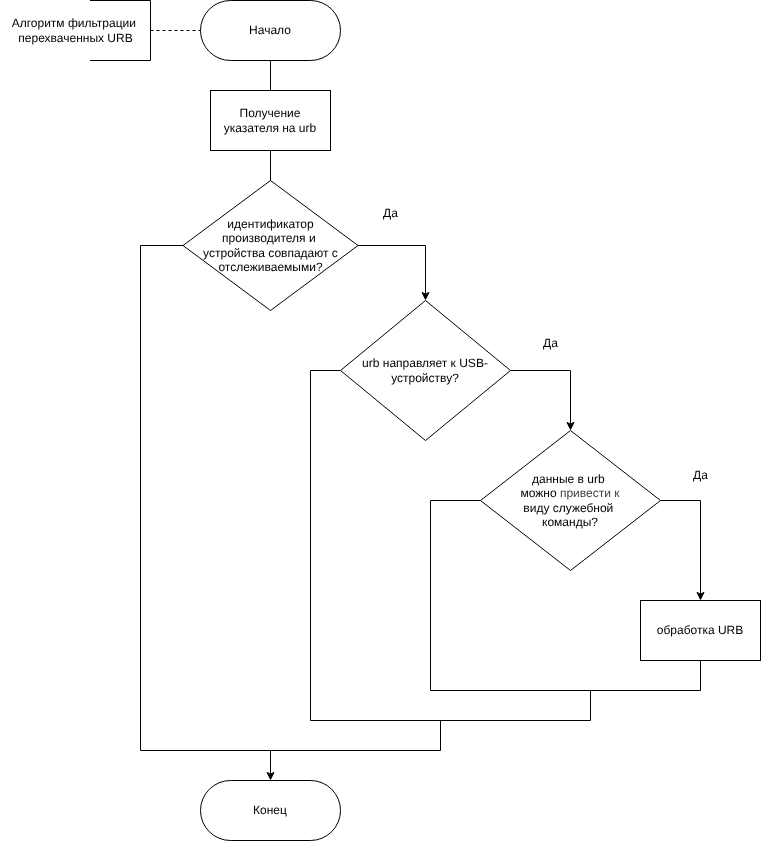
Earlier version of the draw.io export report/inc/img/filterurb.drawio.png (pitsmit/OS-Course-Project). Source tidied: cells renumbered, new cells last; positions are measured from the earlier drawing's top-left corner, leaving out a move shared by most shapes. Source of this version:
```xml
<mxGraphModel>
  <root>
    <mxCell id="0" />
    <mxCell id="1" parent="0" />
    <mxCell id="2" style="edgeStyle=none;html=1;entryX=0.5;entryY=0;entryDx=0;entryDy=0;endArrow=none;endFill=0;" parent="1" edge="1" source="3" target="5">
      <mxGeometry relative="1" as="geometry" />
    </mxCell>
    <mxCell id="3" value="Начало" style="rounded=1;whiteSpace=wrap;html=1;arcSize=50;" parent="1" vertex="1">
      <mxGeometry x="200" width="140" height="60" as="geometry" />
    </mxCell>
    <mxCell id="4" style="edgeStyle=none;html=1;entryX=0.5;entryY=0;entryDx=0;entryDy=0;endArrow=none;endFill=0;" parent="1" edge="1" source="5" target="10">
      <mxGeometry relative="1" as="geometry" />
    </mxCell>
    <mxCell id="5" value="Получение указателя на urb" style="rounded=0;whiteSpace=wrap;html=1;" parent="1" vertex="1">
      <mxGeometry x="210" y="90" width="120" height="60" as="geometry" />
    </mxCell>
    <mxCell id="6" style="edgeStyle=none;html=1;entryX=0;entryY=0.5;entryDx=0;entryDy=0;endArrow=none;endFill=0;rounded=0;curved=0;" parent="1" edge="1" source="7" target="15">
      <mxGeometry relative="1" as="geometry">
        <Array as="points">
          <mxPoint x="700" y="690" />
          <mxPoint x="430" y="690" />
          <mxPoint x="430" y="500" />
        </Array>
      </mxGeometry>
    </mxCell>
    <mxCell id="7" value="обработка URB" style="rounded=0;whiteSpace=wrap;html=1;" parent="1" vertex="1">
      <mxGeometry x="640" y="600" width="120" height="60" as="geometry" />
    </mxCell>
    <mxCell id="8" style="edgeStyle=none;html=1;exitX=1;exitY=0.5;exitDx=0;exitDy=0;entryX=0.5;entryY=0;entryDx=0;entryDy=0;rounded=0;curved=0;" parent="1" edge="1" source="10" target="13">
      <mxGeometry relative="1" as="geometry">
        <Array as="points">
          <mxPoint x="425" y="245" />
        </Array>
      </mxGeometry>
    </mxCell>
    <mxCell id="9" style="edgeStyle=none;html=1;endArrow=none;endFill=0;rounded=0;curved=0;exitX=0;exitY=0.5;exitDx=0;exitDy=0;" parent="1" edge="1" source="10">
      <mxGeometry relative="1" as="geometry">
        <mxPoint x="440" y="720" as="targetPoint" />
        <Array as="points">
          <mxPoint x="140" y="245" />
          <mxPoint x="140" y="750" />
          <mxPoint x="440" y="750" />
        </Array>
      </mxGeometry>
    </mxCell>
    <mxCell id="10" value="идентификатор производителя и&amp;nbsp;&lt;div&gt;устройства совпадают с отслеживаемыми?&lt;/div&gt;" style="rhombus;whiteSpace=wrap;html=1;" parent="1" vertex="1">
      <mxGeometry x="182.5" y="180" width="175" height="130" as="geometry" />
    </mxCell>
    <mxCell id="11" style="edgeStyle=none;html=1;entryX=0.5;entryY=0;entryDx=0;entryDy=0;rounded=0;curved=0;" parent="1" edge="1" source="13" target="15">
      <mxGeometry relative="1" as="geometry">
        <Array as="points">
          <mxPoint x="570" y="370" />
        </Array>
      </mxGeometry>
    </mxCell>
    <mxCell id="12" style="edgeStyle=none;html=1;endArrow=none;endFill=0;rounded=0;curved=0;" parent="1" edge="1" source="13">
      <mxGeometry relative="1" as="geometry">
        <mxPoint x="590" y="690" as="targetPoint" />
        <Array as="points">
          <mxPoint x="310" y="370" />
          <mxPoint x="310" y="720" />
          <mxPoint x="590" y="720" />
        </Array>
      </mxGeometry>
    </mxCell>
    <mxCell id="13" value="urb направляет к USB-устройству?" style="rhombus;whiteSpace=wrap;html=1;" parent="1" vertex="1">
      <mxGeometry x="340" y="300" width="170" height="140" as="geometry" />
    </mxCell>
    <mxCell id="14" style="edgeStyle=none;html=1;exitX=1;exitY=0.5;exitDx=0;exitDy=0;entryX=0.5;entryY=0;entryDx=0;entryDy=0;rounded=0;curved=0;" parent="1" edge="1" source="15" target="7">
      <mxGeometry relative="1" as="geometry">
        <Array as="points">
          <mxPoint x="700" y="500" />
        </Array>
      </mxGeometry>
    </mxCell>
    <mxCell id="15" value="данные в urb&amp;nbsp;&lt;div&gt;можно&amp;nbsp;&lt;span style=&quot;color: rgb(63, 63, 63); background-color: transparent;&quot;&gt;привести к&lt;/span&gt;&lt;div&gt;&lt;div&gt;виду служебной&amp;nbsp;&lt;/div&gt;&lt;div&gt;команды?&lt;/div&gt;&lt;/div&gt;&lt;/div&gt;" style="rhombus;whiteSpace=wrap;html=1;" parent="1" vertex="1">
      <mxGeometry x="480" y="430" width="180" height="140" as="geometry" />
    </mxCell>
    <mxCell id="16" value="Конец" style="rounded=1;whiteSpace=wrap;html=1;arcSize=50;" parent="1" vertex="1">
      <mxGeometry x="200" y="780" width="140" height="60" as="geometry" />
    </mxCell>
    <mxCell id="17" style="endArrow=classic;html=1;entryX=0.5;entryY=0;entryDx=0;entryDy=0;" parent="1" edge="1" target="16">
      <mxGeometry relative="1" as="geometry">
        <mxPoint x="270" y="750" as="sourcePoint" />
      </mxGeometry>
    </mxCell>
    <mxCell id="18" value="Да" style="text;html=1;align=center;verticalAlign=middle;strokeColor=none;fillColor=none;" parent="1" vertex="1">
      <mxGeometry x="370" y="198" width="40" height="30" as="geometry" />
    </mxCell>
    <mxCell id="19" value="Да" style="text;html=1;align=center;verticalAlign=middle;strokeColor=none;fillColor=none;" parent="1" vertex="1">
      <mxGeometry x="530" y="328" width="40" height="30" as="geometry" />
    </mxCell>
    <mxCell id="20" value="Да" style="text;html=1;align=center;verticalAlign=middle;strokeColor=none;fillColor=none;" parent="1" vertex="1">
      <mxGeometry x="680" y="460" width="40" height="30" as="geometry" />
    </mxCell>
    <mxCell id="21" style="edgeStyle=none;html=1;entryX=0;entryY=0.5;entryDx=0;entryDy=0;dashed=1;endArrow=none;endFill=0;" parent="1" edge="1" source="22" target="3">
      <mxGeometry relative="1" as="geometry" />
    </mxCell>
    <mxCell id="22" style="shape=partialRectangle;whiteSpace=wrap;html=1;bottom=1;right=1;left=1;top=0;fillColor=none;routingCenterX=-0.5;direction=north;" parent="1" vertex="1">
      <mxGeometry x="90" width="60" height="60" as="geometry" />
    </mxCell>
    <mxCell id="23" value="Алгоритм фильтрации&amp;nbsp;&lt;div&gt;перехваченных URB&lt;/div&gt;" style="text;html=1;align=center;verticalAlign=middle;strokeColor=none;fillColor=none;" parent="1" vertex="1">
      <mxGeometry y="10" width="150" height="40" as="geometry" />
    </mxCell>
  </root>
</mxGraphModel>
```
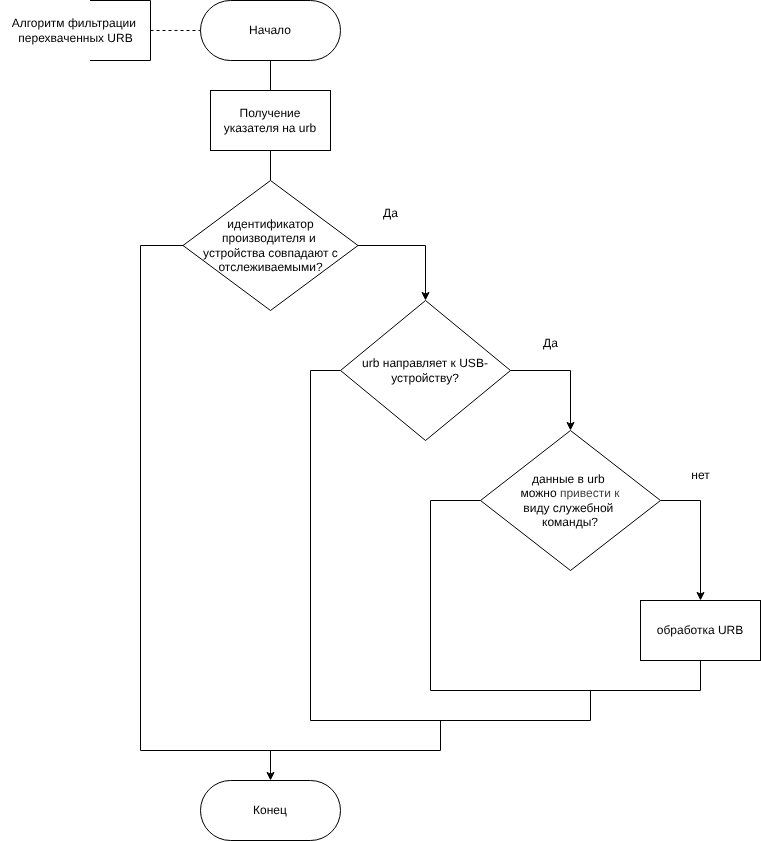
The same diagram one commit later.

Diff of the diagram source:
```diff
@@ -90,7 +90,7 @@
     <mxCell id="19" value="Да" style="text;html=1;align=center;verticalAlign=middle;strokeColor=none;fillColor=none;" parent="1" vertex="1">
       <mxGeometry x="530" y="328" width="40" height="30" as="geometry" />
     </mxCell>
-    <mxCell id="20" value="Да" style="text;html=1;align=center;verticalAlign=middle;strokeColor=none;fillColor=none;" parent="1" vertex="1">
+    <mxCell id="20" value="нет" style="text;html=1;align=center;verticalAlign=middle;strokeColor=none;fillColor=none;" parent="1" vertex="1">
       <mxGeometry x="680" y="460" width="40" height="30" as="geometry" />
     </mxCell>
     <mxCell id="21" style="edgeStyle=none;html=1;entryX=0;entryY=0.5;entryDx=0;entryDy=0;dashed=1;endArrow=none;endFill=0;" parent="1" edge="1" source="22" target="3">
```
